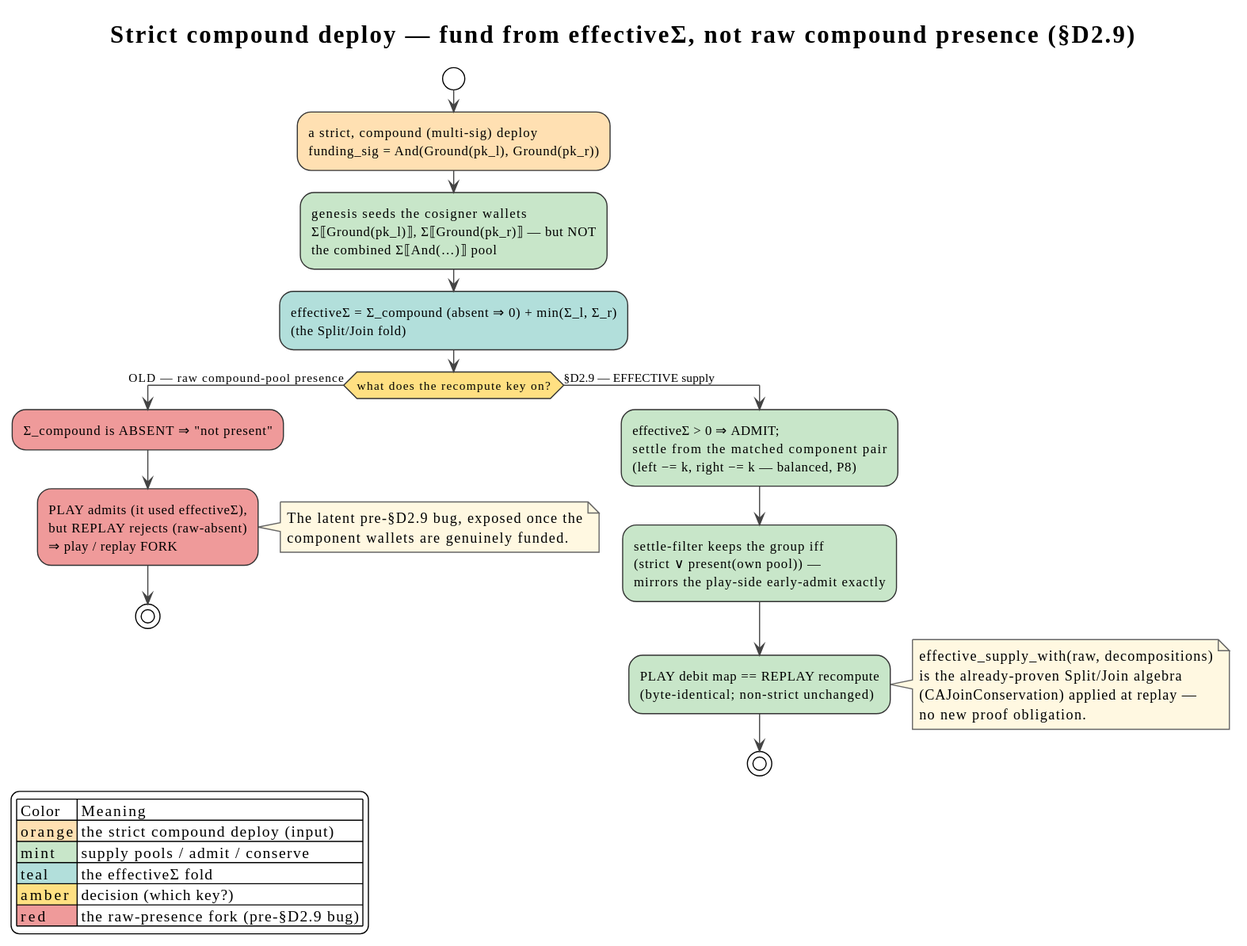
This is docs/theory/diagrams/strict-compound-effective-supply.svg from F1R3FLY-io/f1r3node-rust, a PlantUML export, as it was before one commit. Its diagram source:
```plantuml
@startuml
!theme plain
skinparam defaultFontName "sans-serif"
skinparam ArrowColor                     #444444
skinparam ActivityBorderColor            #333333
skinparam ActivityBackgroundColor        #FFFFFF
skinparam ActivityDiamondBackgroundColor #FFE082
skinparam ActivityDiamondBorderColor     #333333
skinparam NoteBackgroundColor            #FFF8E1
skinparam NoteBorderColor                #666666
title Strict compound deploy — fund from effectiveΣ, not raw compound presence (§D2.9)

start
:a strict, compound (multi-sig) deploy\nfunding_sig = And(Ground(pk_l), Ground(pk_r)); <<#FFE0B2>>
:genesis seeds the cosigner wallets\nΣ⟦Ground(pk_l)⟧, Σ⟦Ground(pk_r)⟧ — but NOT\nthe combined Σ⟦And(…)⟧ pool; <<#C8E6C9>>
:effectiveΣ = Σ_compound (absent ⇒ 0) + min(Σ_l, Σ_r)\n(the Split/Join fold); <<#B2DFDB>>

if (what does the recompute key on?) then (OLD — raw compound-pool presence)
  :Σ_compound is ABSENT ⇒ "not present"; <<#EF9A9A>>
  :PLAY admits (it used effectiveΣ),\nbut REPLAY rejects (raw-absent)\n⇒ play / replay FORK; <<#EF9A9A>>
  note right
    The latent pre-§D2.9 bug, exposed once the
    component wallets are genuinely funded.
  end note
  stop
else (§D2.9 — EFFECTIVE supply)
  :effectiveΣ > 0 ⇒ ADMIT;\nsettle from the matched component pair\n(left −= k, right −= k — balanced, P8); <<#C8E6C9>>
  :settle-filter keeps the group iff\n(strict ∨ present(own pool)) —\nmirrors the play-side early-admit exactly; <<#C8E6C9>>
  :PLAY debit map == REPLAY recompute\n(byte-identical; non-strict unchanged); <<#C8E6C9>>
  note right
    effective_supply_with(raw, decompositions)
    is the already-proven Split/Join algebra
    (CAJoinConservation) applied at replay —
    no new proof obligation.
  end note
  stop
endif

legend left
| Color | Meaning |
| <#FFE0B2> orange | the strict compound deploy (input) |
| <#C8E6C9> mint | supply pools / admit / conserve |
| <#B2DFDB> teal | the effectiveΣ fold |
| <#FFE082> amber | decision (which key?) |
| <#EF9A9A> red | the raw-presence fork (pre-§D2.9 bug) |
endlegend
@enduml
```
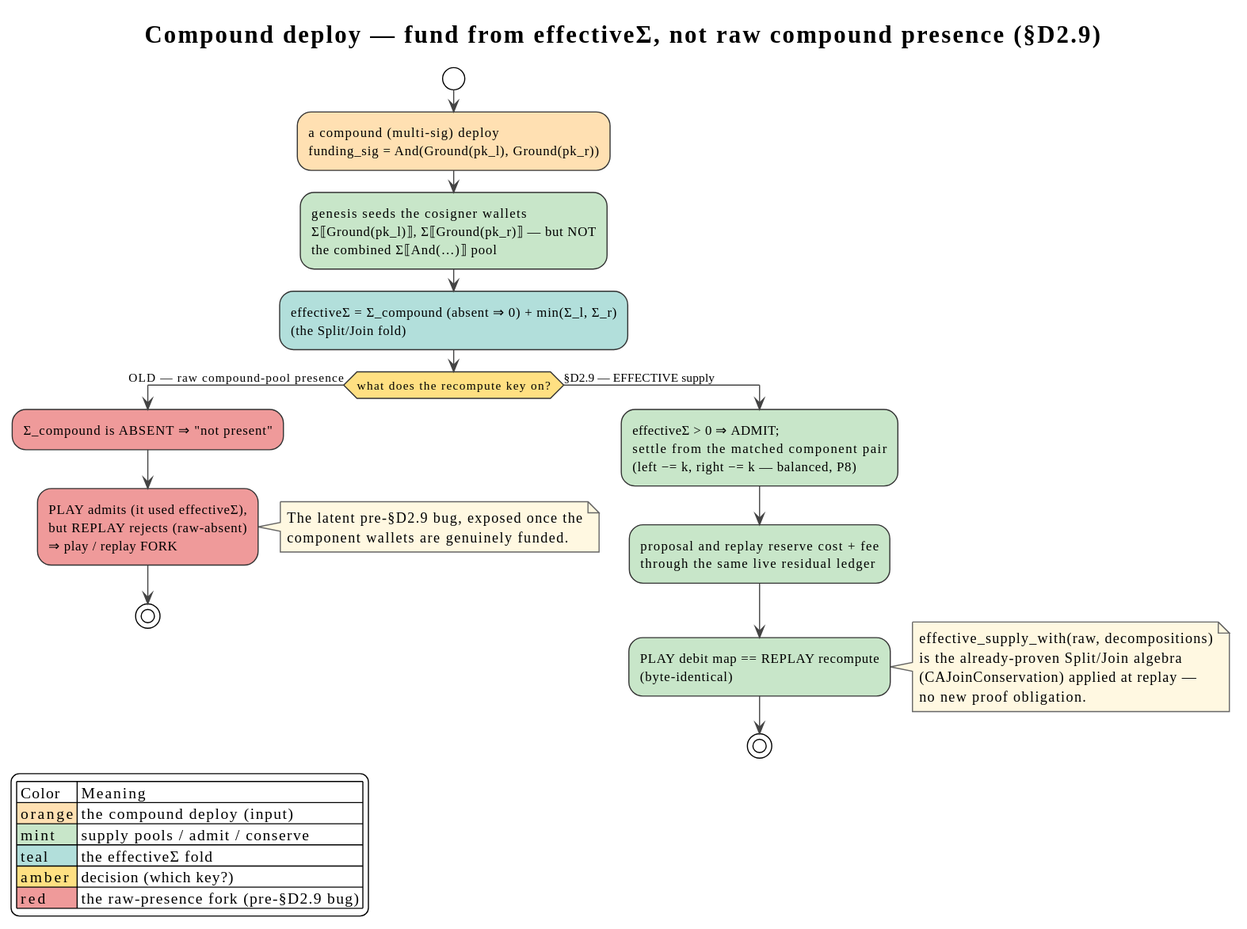
After the commit.

What changed in the source:
```diff
@@ -8,10 +8,10 @@
 skinparam ActivityDiamondBorderColor     #333333
 skinparam NoteBackgroundColor            #FFF8E1
 skinparam NoteBorderColor                #666666
-title Strict compound deploy — fund from effectiveΣ, not raw compound presence (§D2.9)
+title Compound deploy — fund from effectiveΣ, not raw compound presence (§D2.9)
 
 start
-:a strict, compound (multi-sig) deploy\nfunding_sig = And(Ground(pk_l), Ground(pk_r)); <<#FFE0B2>>
+:a compound (multi-sig) deploy\nfunding_sig = And(Ground(pk_l), Ground(pk_r)); <<#FFE0B2>>
 :genesis seeds the cosigner wallets\nΣ⟦Ground(pk_l)⟧, Σ⟦Ground(pk_r)⟧ — but NOT\nthe combined Σ⟦And(…)⟧ pool; <<#C8E6C9>>
 :effectiveΣ = Σ_compound (absent ⇒ 0) + min(Σ_l, Σ_r)\n(the Split/Join fold); <<#B2DFDB>>
 
@@ -25,8 +25,8 @@
   stop
 else (§D2.9 — EFFECTIVE supply)
   :effectiveΣ > 0 ⇒ ADMIT;\nsettle from the matched component pair\n(left −= k, right −= k — balanced, P8); <<#C8E6C9>>
-  :settle-filter keeps the group iff\n(strict ∨ present(own pool)) —\nmirrors the play-side early-admit exactly; <<#C8E6C9>>
-  :PLAY debit map == REPLAY recompute\n(byte-identical; non-strict unchanged); <<#C8E6C9>>
+  :proposal and replay reserve cost + fee\nthrough the same live residual ledger; <<#C8E6C9>>
+  :PLAY debit map == REPLAY recompute\n(byte-identical); <<#C8E6C9>>
   note right
     effective_supply_with(raw, decompositions)
     is the already-proven Split/Join algebra
@@ -38,7 +38,7 @@
 
 legend left
 | Color | Meaning |
-| <#FFE0B2> orange | the strict compound deploy (input) |
+| <#FFE0B2> orange | the compound deploy (input) |
 | <#C8E6C9> mint | supply pools / admit / conserve |
 | <#B2DFDB> teal | the effectiveΣ fold |
 | <#FFE082> amber | decision (which key?) |
```
